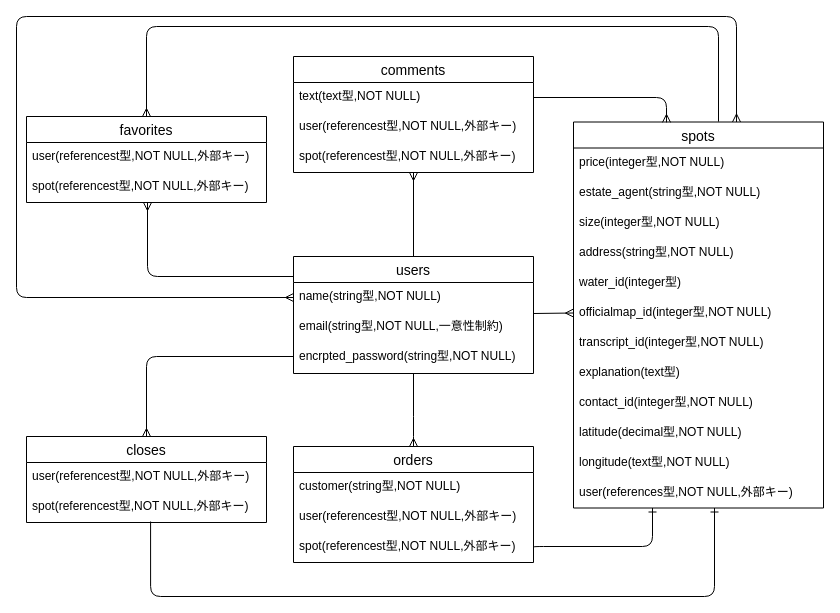
This is er.dio from okazuo/rawspot, a draw.io file, before an edit. Source tidied: cells renumbered, new cells numbered last; positions are measured from the earlier drawing's top-left corner, leaving out a move shared by most shapes. Both pictures are drawn from the tidied source at 100%, with x=0, y=0 at pixel (16, 16).
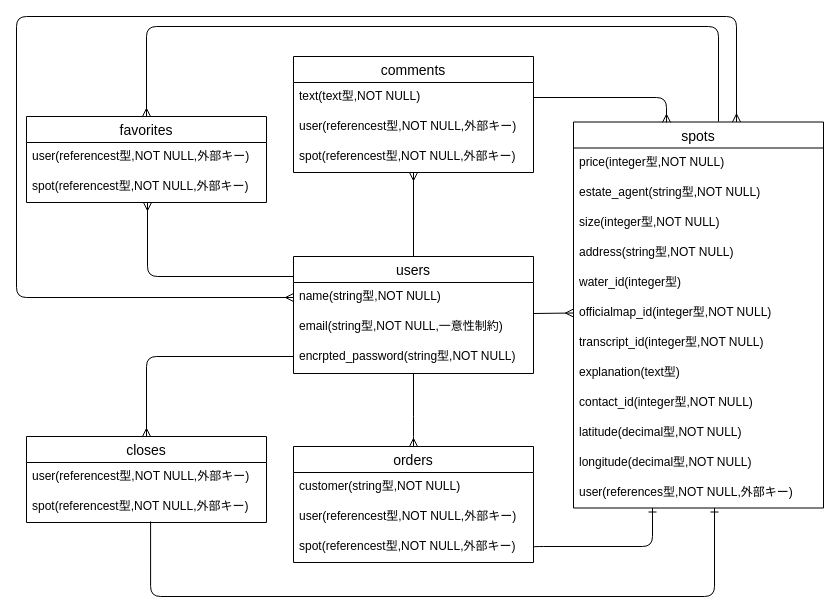
Above is the later version.

Commit message (it also covers changes not shown here):
er図とREADE.mdの修正

Unchanged cells that the change refers to:
```xml
<mxCell id="6" value="spots" style="swimlane;fontStyle=0;horizontal=1;startSize=26;align=center;fontSize=14;" parent="1" vertex="1">
  <mxGeometry x="557" y="105.5" width="250" height="386" as="geometry" />
</mxCell>
```

Diff of the diagram source:
```diff
@@
-    <mxCell id="17" value="longitude(text型,NOT NULL)" style="text;strokeColor=none;fillColor=none;spacingLeft=4;spacingRight=4;overflow=hidden;fontSize=12;" parent="6" vertex="1">
+    <mxCell id="17" value="longitude(decimal型,NOT NULL)" style="text;strokeColor=none;fillColor=none;spacingLeft=4;spacingRight=4;overflow=hidden;fontSize=12;" parent="6" vertex="1">
       <mxGeometry y="326" width="250" height="30" as="geometry" />
     </mxCell>
```
